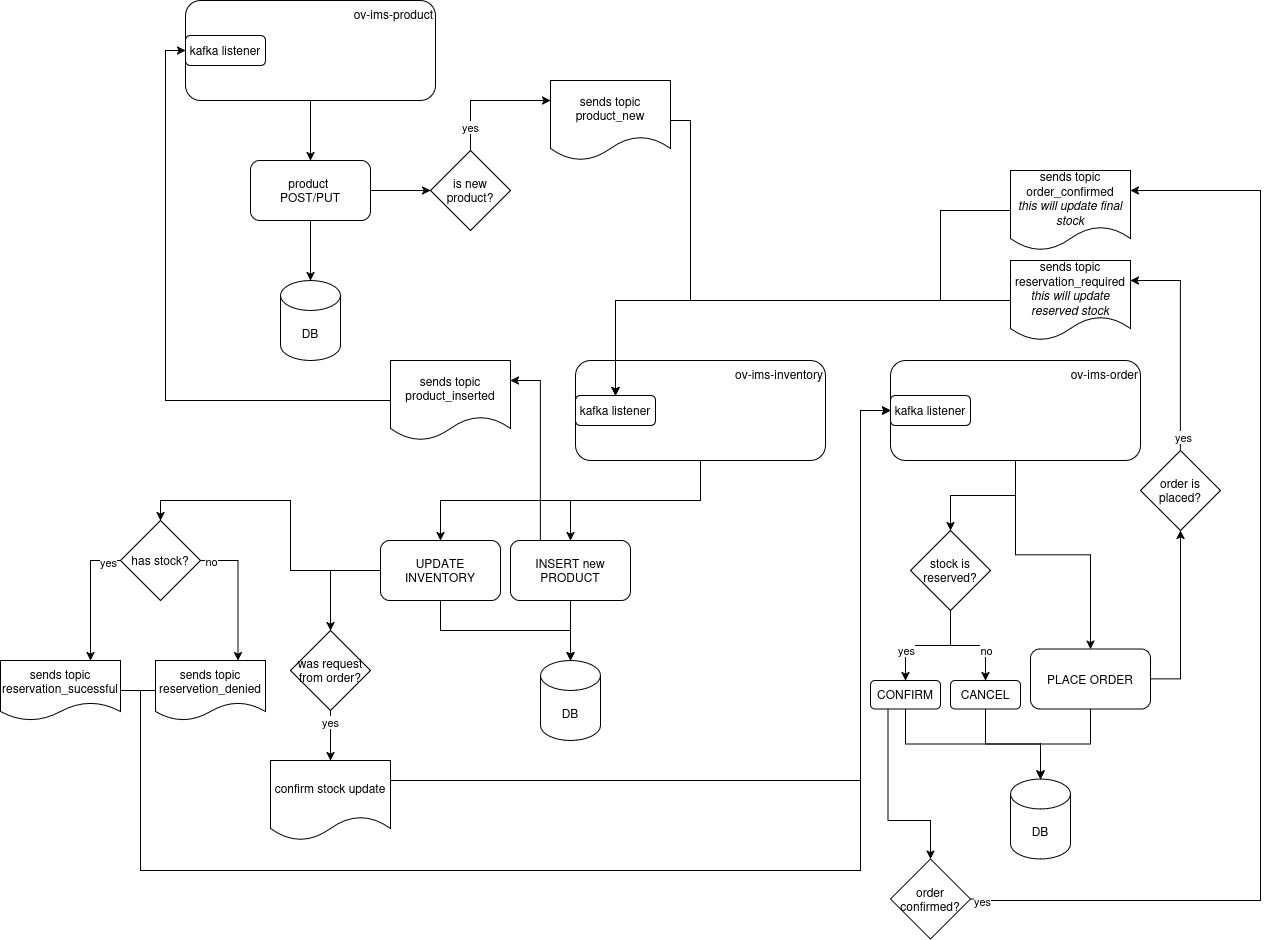
The draw.io diagram docs/fluxogram.png in jotabrc/ov-ims, before a commit. Source tidied: cells renumbered, new cells last; positions are measured from the earlier drawing's top-left corner, leaving out a move shared by most shapes.
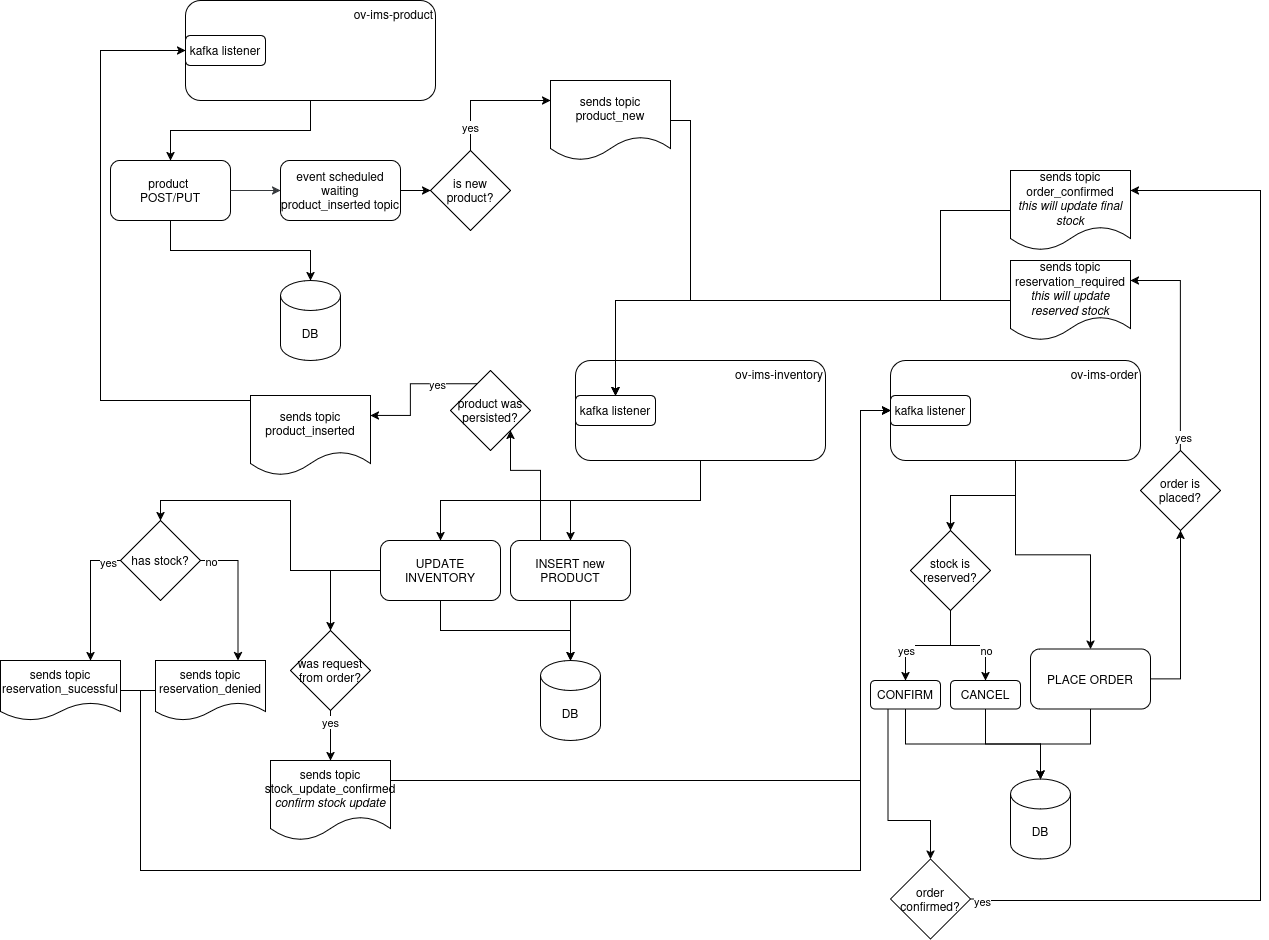
The same file after the commit.

Change to the diagram source:
```diff
@@ -2,11 +2,11 @@
   <root>
     <mxCell id="0" />
     <mxCell id="1" parent="0" />
-    <mxCell id="2" style="edgeStyle=orthogonalEdgeStyle;rounded=0;jettySize=auto;html=1;exitX=1;exitY=0.5;exitDx=0;exitDy=0;entryX=0;entryY=0.5;entryDx=0;entryDy=0;strokeColor=light-dark(#000000,#3399FF);" parent="1" edge="1" source="3" target="40">
+    <mxCell id="2" style="edgeStyle=orthogonalEdgeStyle;rounded=0;jettySize=auto;html=1;exitX=1;exitY=0.5;exitDx=0;exitDy=0;entryX=0;entryY=0.5;entryDx=0;entryDy=0;strokeColor=light-dark(#000000,#3399FF);" parent="1" edge="1" source="72" target="40">
       <mxGeometry relative="1" as="geometry" />
     </mxCell>
     <mxCell id="3" value="&lt;div&gt;product&amp;nbsp;&lt;/div&gt;&lt;div&gt;POST/PUT&lt;/div&gt;" style="rounded=1;whiteSpace=wrap;html=1;" parent="1" vertex="1">
-      <mxGeometry x="250" y="160" width="120" height="60" as="geometry" />
+      <mxGeometry x="110" y="160" width="120" height="60" as="geometry" />
     </mxCell>
     <mxCell id="4" value="DB" style="shape=cylinder3;whiteSpace=wrap;html=1;boundedLbl=1;backgroundOutline=1;size=15;" parent="1" vertex="1">
       <mxGeometry x="280" y="280" width="60" height="80" as="geometry" />
@@ -14,9 +14,12 @@
     <mxCell id="5" style="edgeStyle=orthogonalEdgeStyle;rounded=0;jettySize=auto;html=1;exitX=0.5;exitY=1;exitDx=0;exitDy=0;entryX=0.5;entryY=0;entryDx=0;entryDy=0;entryPerimeter=0;" parent="1" edge="1" source="3" target="4">
       <mxGeometry relative="1" as="geometry" />
     </mxCell>
-    <mxCell id="6" style="edgeStyle=orthogonalEdgeStyle;rounded=0;jettySize=auto;html=1;exitX=0.25;exitY=0;exitDx=0;exitDy=0;entryX=1;entryY=0.25;entryDx=0;entryDy=0;strokeColor=light-dark(#000000,#3399FF);" parent="1" edge="1" source="7" target="42">
+    <mxCell id="6" style="edgeStyle=orthogonalEdgeStyle;rounded=0;jettySize=auto;html=1;exitX=0.25;exitY=0;exitDx=0;exitDy=0;entryX=1;entryY=0.25;entryDx=0;entryDy=0;strokeColor=#000000;" parent="1" edge="1" source="74" target="42">
       <mxGeometry relative="1" as="geometry" />
     </mxCell>
+    <mxCell id="70" value="yes" style="edgeLabel;html=1;align=center;verticalAlign=middle;" parent="6" vertex="1">
+      <mxGeometry x="-0.42" relative="1" as="geometry" />
+    </mxCell>
     <mxCell id="7" value="&lt;div&gt;INSERT new PRODUCT&lt;br&gt;&lt;/div&gt;" style="rounded=1;whiteSpace=wrap;html=1;" parent="1" vertex="1">
       <mxGeometry x="510" y="540" width="120" height="60" as="geometry" />
     </mxCell>
@@ -109,7 +112,7 @@
         </Array>
       </mxGeometry>
     </mxCell>
-    <mxCell id="34" value="confirm stock update" style="shape=document;whiteSpace=wrap;html=1;boundedLbl=1;" parent="1" vertex="1">
+    <mxCell id="34" value="&lt;div&gt;sends topic&lt;/div&gt;&lt;div&gt;stock_update_confirmed&lt;/div&gt;&lt;div&gt;&lt;i&gt;confirm stock update&lt;/i&gt;&lt;/div&gt;" style="shape=document;whiteSpace=wrap;html=1;boundedLbl=1;" parent="1" vertex="1">
       <mxGeometry x="270" y="760" width="120" height="80" as="geometry" />
     </mxCell>
     <mxCell id="35" style="edgeStyle=orthogonalEdgeStyle;rounded=0;jettySize=auto;html=1;exitX=0.5;exitY=0;exitDx=0;exitDy=0;entryX=1;entryY=0.25;entryDx=0;entryDy=0;" parent="1" edge="1" source="37" target="29">
@@ -131,10 +134,15 @@
       <mxGeometry x="430" y="150" width="80" height="80" as="geometry" />
     </mxCell>
     <mxCell id="41" style="edgeStyle=orthogonalEdgeStyle;rounded=0;jettySize=auto;html=1;exitX=0;exitY=0.5;exitDx=0;exitDy=0;entryX=0;entryY=0.5;entryDx=0;entryDy=0;" parent="1" edge="1" source="42" target="45">
-      <mxGeometry relative="1" as="geometry" />
+      <mxGeometry relative="1" as="geometry">
+        <Array as="points">
+          <mxPoint x="100" y="400" />
+          <mxPoint x="100" y="50" />
+        </Array>
+      </mxGeometry>
     </mxCell>
     <mxCell id="42" value="&lt;div&gt;sends topic&lt;/div&gt;&lt;div&gt;product_inserted&lt;br&gt;&lt;/div&gt;" style="shape=document;whiteSpace=wrap;html=1;boundedLbl=1;" parent="1" vertex="1">
-      <mxGeometry x="390" y="360" width="120" height="80" as="geometry" />
+      <mxGeometry x="250" y="395" width="120" height="80" as="geometry" />
     </mxCell>
     <mxCell id="43" style="edgeStyle=orthogonalEdgeStyle;rounded=0;jettySize=auto;html=1;exitX=0.5;exitY=1;exitDx=0;exitDy=0;entryX=0.5;entryY=0;entryDx=0;entryDy=0;" parent="1" edge="1" source="44" target="3">
       <mxGeometry relative="1" as="geometry" />
@@ -185,7 +193,7 @@
         </Array>
       </mxGeometry>
     </mxCell>
-    <mxCell id="54" value="&lt;div&gt;sends topic&lt;/div&gt;&lt;div&gt;reservetion_denied&lt;br&gt;&lt;/div&gt;" style="shape=document;whiteSpace=wrap;html=1;boundedLbl=1;" parent="1" vertex="1">
+    <mxCell id="54" value="&lt;div&gt;sends topic&lt;/div&gt;&lt;div&gt;reservation_denied&lt;br&gt;&lt;/div&gt;" style="shape=document;whiteSpace=wrap;html=1;boundedLbl=1;" parent="1" vertex="1">
       <mxGeometry x="155" y="660" width="110" height="60" as="geometry" />
     </mxCell>
     <mxCell id="55" style="edgeStyle=orthogonalEdgeStyle;rounded=0;jettySize=auto;html=1;exitX=0.5;exitY=1;exitDx=0;exitDy=0;" parent="1" edge="1" source="57" target="19">
@@ -254,5 +262,22 @@
     <mxCell id="69" value="stock is reserved?" style="rhombus;whiteSpace=wrap;html=1;" parent="1" vertex="1">
       <mxGeometry x="910" y="530" width="80" height="80" as="geometry" />
     </mxCell>
+    <mxCell id="71" style="edgeStyle=orthogonalEdgeStyle;rounded=0;jettySize=auto;html=1;exitX=1;exitY=0.5;exitDx=0;exitDy=0;entryX=0;entryY=0.5;entryDx=0;entryDy=0;strokeColor=#36393D;fillColor=#f9f7ed;" parent="1" edge="1" source="3" target="72">
+      <mxGeometry relative="1" as="geometry" />
+    </mxCell>
+    <mxCell id="72" value="&lt;div&gt;event scheduled&lt;/div&gt;&lt;div&gt;waiting product_inserted topic&lt;/div&gt;" style="rounded=1;whiteSpace=wrap;html=1;" parent="1" vertex="1">
+      <mxGeometry x="280" y="160" width="120" height="60" as="geometry" />
+    </mxCell>
+    <mxCell id="73" style="edgeStyle=orthogonalEdgeStyle;rounded=0;jettySize=auto;html=1;exitX=0.25;exitY=0;exitDx=0;exitDy=0;entryX=1;entryY=1;entryDx=0;entryDy=0;strokeColor=light-dark(#000000,#3399FF);" parent="1" edge="1" source="7" target="74">
+      <mxGeometry relative="1" as="geometry">
+        <Array as="points">
+          <mxPoint x="540" y="470" />
+          <mxPoint x="510" y="470" />
+        </Array>
+      </mxGeometry>
+    </mxCell>
+    <mxCell id="74" value="product was persisted?" style="rhombus;whiteSpace=wrap;html=1;" parent="1" vertex="1">
+      <mxGeometry x="450" y="370" width="80" height="80" as="geometry" />
+    </mxCell>
   </root>
 </mxGraphModel>
```
